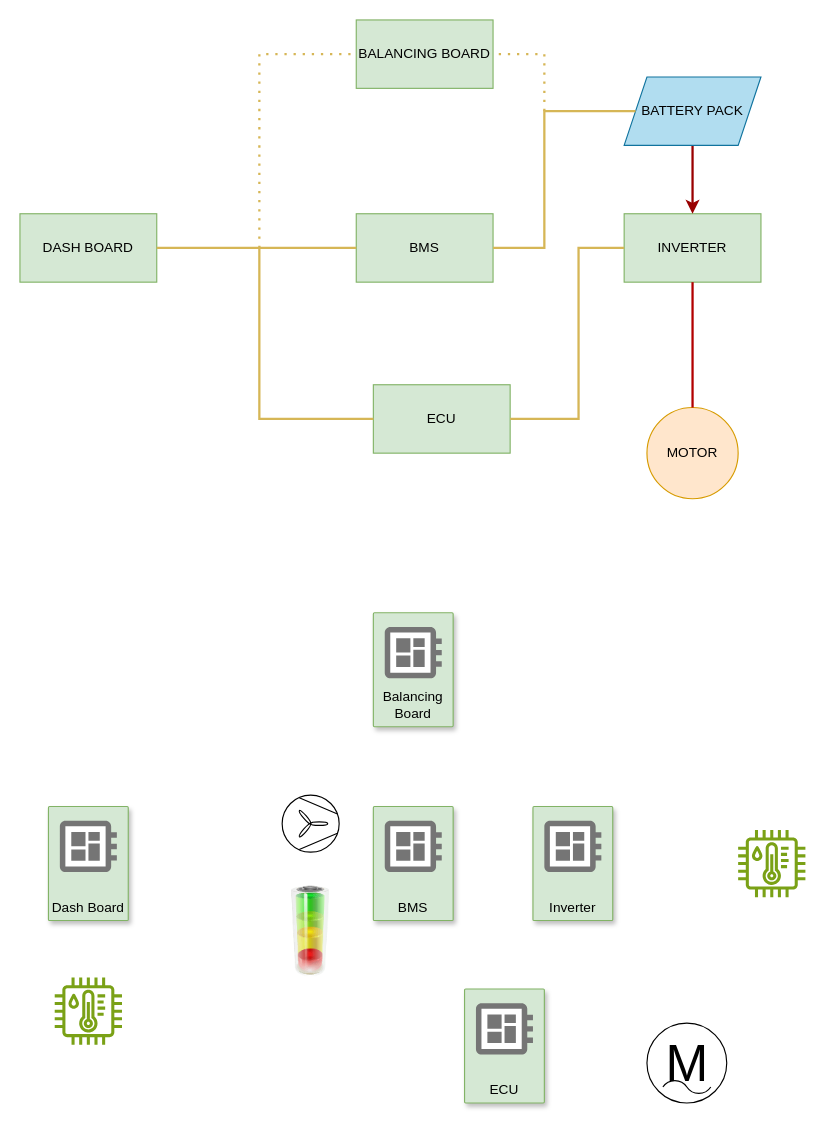
The draw.io diagram schema_elettrico_moto.drawio in chiarafranco12/PMF_UMLs, before the edit. Source tidied: cells renumbered, new cells numbered last; positions are measured from the earlier drawing's top-left corner, leaving out a move shared by most shapes. Both pictures are drawn from the tidied source at 114%, with x=0, y=0 at pixel (19, 19).
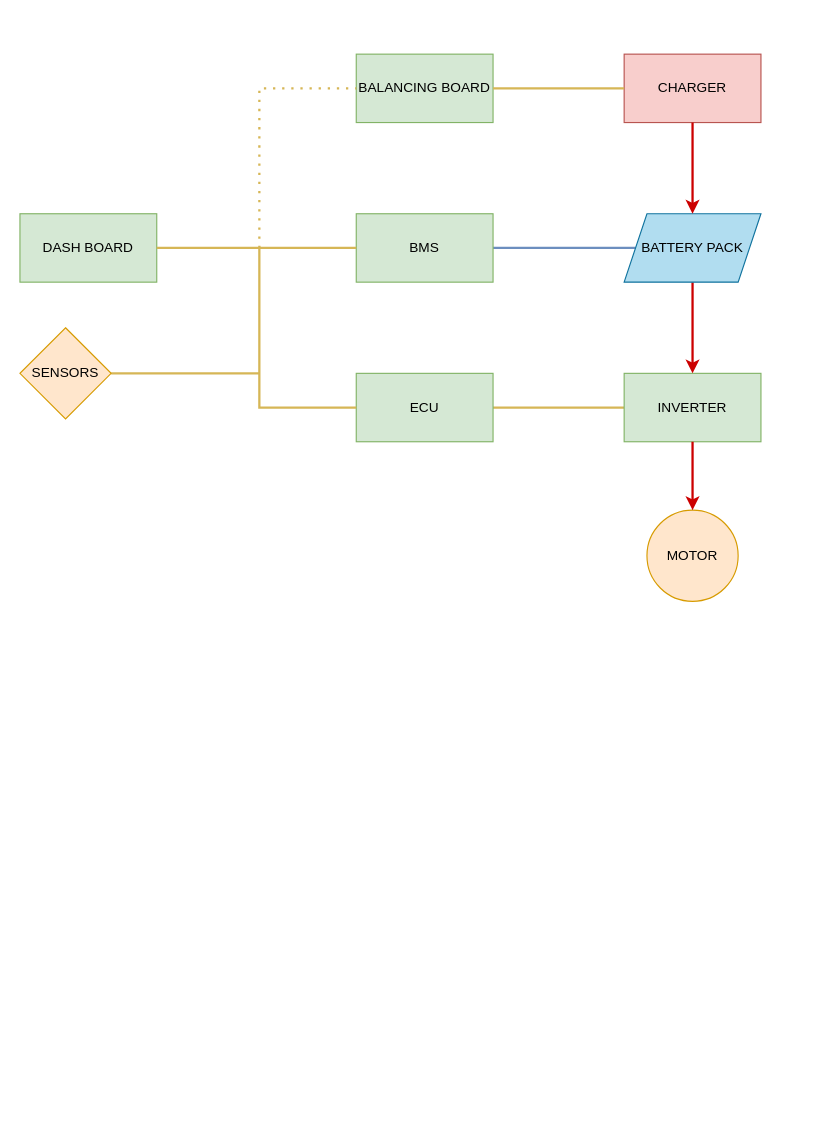
The same diagram, later.

Unchanged cells that the change refers to:
```xml
<mxCell id="4" value="DASH BOARD" style="whiteSpace=wrap;html=1;fillColor=#d5e8d4;strokeColor=#82b366;" parent="1" vertex="1">
  <mxGeometry y="170" width="120" height="60" as="geometry" />
</mxCell>
<mxCell id="5" value="BMS" style="whiteSpace=wrap;html=1;fillColor=#d5e8d4;strokeColor=#82b366;" parent="1" vertex="1">
  <mxGeometry x="295" y="170" width="120" height="60" as="geometry" />
</mxCell>
```

What changed in the source:
```diff
@@
+    <mxCell id="24" style="edgeStyle=orthogonalEdgeStyle;rounded=0;jettySize=auto;html=1;fillColor=#fff2cc;strokeColor=#d6b656;strokeWidth=2;endArrow=none;endFill=0;" parent="1" edge="1" source="2" target="18">
+      <mxGeometry relative="1" as="geometry" />
+    </mxCell>
     <mxCell id="2" value="ECU" style="rounded=0;whiteSpace=wrap;html=1;fillColor=#d5e8d4;strokeColor=#82b366;" parent="1" vertex="1">
-      <mxGeometry x="310" y="320" width="120" height="60" as="geometry" />
+      <mxGeometry x="295" y="310" width="120" height="60" as="geometry" />
     </mxCell>
     <mxCell id="3" value="BALANCING BOARD" style="whiteSpace=wrap;html=1;fillColor=#d5e8d4;strokeColor=#82b366;" parent="1" vertex="1">
-      <mxGeometry x="295" width="120" height="60" as="geometry" />
+      <mxGeometry x="295" y="30" width="120" height="60" as="geometry" />
     </mxCell>
@@
+    <mxCell id="30" style="edgeStyle=orthogonalEdgeStyle;rounded=0;jettySize=auto;html=1;fillColor=#dae8fc;strokeColor=#6c8ebf;strokeWidth=2;endArrow=none;endFill=0;" parent="1" edge="1" source="5" target="29">
+      <mxGeometry relative="1" as="geometry" />
+    </mxCell>
@@
-    <mxCell id="6" style="image;html=1;image=img/lib/clip_art/general/Battery_allstates_128x128.png;" parent="1" vertex="1">
-      <mxGeometry x="215" y="760" width="80" height="80" as="geometry" />
-    </mxCell>
-    <mxCell id="7" value="Dash Board" style="strokeColor=#82b366;shadow=1;strokeWidth=1;rounded=1;absoluteArcSize=1;arcSize=2;labelPosition=center;verticalLabelPosition=middle;align=center;verticalAlign=bottom;spacingLeft=0;fontSize=12;whiteSpace=wrap;spacingBottom=2;html=1;fillColor=#d5e8d4;" parent="1" vertex="1">
-      <mxGeometry x="25" y="690" width="70" height="100" as="geometry" />
-    </mxCell>
-    <mxCell id="8" style="sketch=0;dashed=0;html=1;fillColor=#757575;strokeColor=none;shape=mxgraph.gcp2.circuit_board;" parent="7" vertex="1">
-      <mxGeometry x="0.5" width="50" height="45" relative="1" as="geometry">
-        <mxPoint x="-25" y="12.5" as="offset" />
-      </mxGeometry>
-    </mxCell>
-    <mxCell id="9" value="Balancing Board" style="strokeColor=#82b366;shadow=1;strokeWidth=1;rounded=1;absoluteArcSize=1;arcSize=2;labelPosition=center;verticalLabelPosition=middle;align=center;verticalAlign=bottom;spacingLeft=0;fontSize=12;whiteSpace=wrap;spacingBottom=2;html=1;fillColor=#d5e8d4;" parent="1" vertex="1">
-      <mxGeometry x="310" y="520" width="70" height="100" as="geometry" />
-    </mxCell>
-    <mxCell id="10" style="sketch=0;dashed=0;html=1;fillColor=#757575;strokeColor=none;shape=mxgraph.gcp2.circuit_board;" parent="9" vertex="1">
-      <mxGeometry x="0.5" width="50" height="45" relative="1" as="geometry">
-        <mxPoint x="-25" y="12.5" as="offset" />
-      </mxGeometry>
-    </mxCell>
-    <mxCell id="11" value="ECU" style="strokeColor=#82b366;shadow=1;strokeWidth=1;rounded=1;absoluteArcSize=1;arcSize=2;labelPosition=center;verticalLabelPosition=middle;align=center;verticalAlign=bottom;spacingLeft=0;fontSize=12;whiteSpace=wrap;spacingBottom=2;html=1;fillColor=#d5e8d4;" parent="1" vertex="1">
-      <mxGeometry x="390" y="850" width="70" height="100" as="geometry" />
-    </mxCell>
-    <mxCell id="12" style="sketch=0;dashed=0;html=1;fillColor=#757575;strokeColor=none;shape=mxgraph.gcp2.circuit_board;" parent="11" vertex="1">
-      <mxGeometry x="0.5" width="50" height="45" relative="1" as="geometry">
-        <mxPoint x="-25" y="12.5" as="offset" />
-      </mxGeometry>
-    </mxCell>
-    <mxCell id="13" value="BMS" style="strokeColor=#82b366;shadow=1;strokeWidth=1;rounded=1;absoluteArcSize=1;arcSize=2;labelPosition=center;verticalLabelPosition=middle;align=center;verticalAlign=bottom;spacingLeft=0;fontSize=12;whiteSpace=wrap;spacingBottom=2;html=1;fillColor=#d5e8d4;" parent="1" vertex="1">
-      <mxGeometry x="310" y="690" width="70" height="100" as="geometry" />
-    </mxCell>
-    <mxCell id="14" style="sketch=0;dashed=0;html=1;fillColor=#757575;strokeColor=none;shape=mxgraph.gcp2.circuit_board;" parent="13" vertex="1">
-      <mxGeometry x="0.5" width="50" height="45" relative="1" as="geometry">
-        <mxPoint x="-25" y="12.5" as="offset" />
-      </mxGeometry>
-    </mxCell>
-    <mxCell id="15" style="verticalLabelPosition=bottom;align=center;dashed=0;html=1;verticalAlign=top;shape=mxgraph.pid2misc.fan;fanType=common;" parent="1" vertex="1">
-      <mxGeometry x="230" y="680" width="50" height="50" as="geometry" />
-    </mxCell>
-    <mxCell id="16" value="Inverter" style="strokeColor=#82b366;shadow=1;strokeWidth=1;rounded=1;absoluteArcSize=1;arcSize=2;labelPosition=center;verticalLabelPosition=middle;align=center;verticalAlign=bottom;spacingLeft=0;fontSize=12;whiteSpace=wrap;spacingBottom=2;html=1;fillColor=#d5e8d4;" parent="1" vertex="1">
-      <mxGeometry x="450" y="690" width="70" height="100" as="geometry" />
-    </mxCell>
-    <mxCell id="17" style="sketch=0;dashed=0;html=1;fillColor=#757575;strokeColor=none;shape=mxgraph.gcp2.circuit_board;" parent="16" vertex="1">
-      <mxGeometry x="0.5" width="50" height="45" relative="1" as="geometry">
-        <mxPoint x="-25" y="12.5" as="offset" />
-      </mxGeometry>
-    </mxCell>
     <mxCell id="18" value="INVERTER" style="whiteSpace=wrap;html=1;fillColor=#d5e8d4;strokeColor=#82b366;" parent="1" vertex="1">
-      <mxGeometry x="530" y="170" width="120" height="60" as="geometry" />
+      <mxGeometry x="530" y="310" width="120" height="60" as="geometry" />
     </mxCell>
-    <mxCell id="19" value="M" style="dashed=0;align=center;html=1;shape=mxgraph.pid.engines.electric_motor_(ac);fontSize=45;" parent="1" vertex="1">
-      <mxGeometry x="550" y="880" width="70" height="70" as="geometry" />
-    </mxCell>
-    <mxCell id="20" style="sketch=0;fontColor=#232F3E;gradientColor=none;fillColor=#7AA116;strokeColor=none;dashed=0;verticalLabelPosition=bottom;verticalAlign=top;align=center;html=1;fontSize=12;fontStyle=0;shape=mxgraph.aws4.iot_thing_temperature_humidity_sensor;" parent="1" vertex="1">
-      <mxGeometry x="30.5" y="840" width="59" height="59" as="geometry" />
-    </mxCell>
-    <mxCell id="21" style="sketch=0;fontColor=#232F3E;gradientColor=none;fillColor=#7AA116;strokeColor=none;dashed=0;verticalLabelPosition=bottom;verticalAlign=top;align=center;html=1;fontSize=12;fontStyle=0;shape=mxgraph.aws4.iot_thing_temperature_humidity_sensor;" parent="1" vertex="1">
-      <mxGeometry x="630" y="710.5" width="59" height="59" as="geometry" />
-    </mxCell>
-    <mxCell id="22" style="endArrow=none;html=1;rounded=0;entryX=0;entryY=0.5;entryDx=0;entryDy=0;fillColor=#fff2cc;strokeColor=#d6b656;strokeWidth=2;" parent="1" edge="1" target="5">
+    <mxCell id="22" style="endArrow=none;html=1;rounded=0;fillColor=#fff2cc;strokeColor=#d6b656;strokeWidth=2;entryX=0;entryY=0.5;entryDx=0;entryDy=0;" parent="1" edge="1" target="5">
       <mxGeometry relative="1" as="geometry">
         <mxPoint x="210" y="200" as="sourcePoint" />
       </mxGeometry>
     </mxCell>
     <mxCell id="23" style="endArrow=none;html=1;rounded=0;entryX=0;entryY=0.5;entryDx=0;entryDy=0;exitX=1;exitY=0.5;exitDx=0;exitDy=0;fillColor=#fff2cc;strokeColor=#d6b656;strokeWidth=2;" parent="1" edge="1" source="4" target="2">
       <mxGeometry relative="1" as="geometry">
         <Array as="points">
           <mxPoint x="210" y="200" />
-          <mxPoint x="210" y="330" />
-          <mxPoint x="210" y="350" />
+          <mxPoint x="210" y="340" />
         </Array>
       </mxGeometry>
     </mxCell>
-    <mxCell id="24" style="endArrow=none;html=1;rounded=0;exitX=1;exitY=0.5;exitDx=0;exitDy=0;entryX=0;entryY=0.5;entryDx=0;entryDy=0;fillColor=#fff2cc;strokeColor=#d6b656;curved=0;strokeWidth=2;" parent="1" edge="1" source="2" target="18">
-      <mxGeometry relative="1" as="geometry">
-        <Array as="points">
-          <mxPoint x="490" y="350" />
-          <mxPoint x="490" y="200" />
-        </Array>
-      </mxGeometry>
-    </mxCell>
     <mxCell id="25" style="endArrow=none;dashed=1;html=1;dashPattern=1 3;strokeWidth=2;rounded=0;entryX=0;entryY=0.5;entryDx=0;entryDy=0;fillColor=#fff2cc;strokeColor=#d6b656;" parent="1" edge="1" target="3">
       <mxGeometry relative="1" as="geometry">
         <mxPoint x="210" y="200" as="sourcePoint" />
         <Array as="points">
-          <mxPoint x="210" y="130" />
-          <mxPoint x="210" y="30" />
+          <mxPoint x="210" y="60" />
         </Array>
       </mxGeometry>
     </mxCell>
     <mxCell id="26" value="MOTOR" style="ellipse;whiteSpace=wrap;html=1;fillColor=#ffe6cc;strokeColor=#d79b00;" parent="1" vertex="1">
-      <mxGeometry x="550" y="340" width="80" height="80" as="geometry" />
+      <mxGeometry x="550" y="430" width="80" height="80" as="geometry" />
     </mxCell>
-    <mxCell id="27" style="endArrow=none;html=1;rounded=0;entryX=0.5;entryY=1;entryDx=0;entryDy=0;exitX=0.5;exitY=0;exitDx=0;exitDy=0;fillColor=#e51400;strokeColor=#B20000;strokeWidth=2;" parent="1" edge="1" source="26" target="18">
-      <mxGeometry relative="1" as="geometry" />
-    </mxCell>
-    <mxCell id="28" style="edgeStyle=orthogonalEdgeStyle;rounded=0;jettySize=auto;html=1;exitX=0.5;exitY=1;exitDx=0;exitDy=0;entryX=0.5;entryY=0;entryDx=0;entryDy=0;strokeWidth=2;strokeColor=#990000;" parent="1" edge="1" source="29" target="18">
+    <mxCell id="28" style="edgeStyle=orthogonalEdgeStyle;rounded=0;jettySize=auto;html=1;exitX=0.5;exitY=1;exitDx=0;exitDy=0;entryX=0.5;entryY=0;entryDx=0;entryDy=0;strokeWidth=2;strokeColor=#CC0000;fillColor=#a20025;" parent="1" edge="1" source="29" target="18">
       <mxGeometry relative="1" as="geometry" />
     </mxCell>
     <mxCell id="29" value="BATTERY PACK" style="shape=parallelogram;perimeter=parallelogramPerimeter;whiteSpace=wrap;html=1;fixedSize=1;fillColor=#b1ddf0;strokeColor=#10739e;" parent="1" vertex="1">
-      <mxGeometry x="530" y="50" width="120" height="60" as="geometry" />
+      <mxGeometry x="530" y="170" width="120" height="60" as="geometry" />
     </mxCell>
-    <mxCell id="30" style="endArrow=none;html=1;rounded=0;exitX=1;exitY=0.5;exitDx=0;exitDy=0;entryX=0;entryY=0.5;entryDx=0;entryDy=0;strokeWidth=2;fillColor=#fff2cc;strokeColor=#d6b656;" parent="1" edge="1" source="5" target="29">
-      <mxGeometry relative="1" as="geometry">
-        <Array as="points">
-          <mxPoint x="460" y="200" />
-          <mxPoint x="460" y="80" />
-        </Array>
-      </mxGeometry>
-    </mxCell>
-    <mxCell id="31" style="endArrow=none;dashed=1;html=1;dashPattern=1 3;strokeWidth=2;rounded=0;entryX=1;entryY=0.5;entryDx=0;entryDy=0;fillColor=#fff2cc;strokeColor=#d6b656;" parent="1" edge="1" target="3">
-      <mxGeometry relative="1" as="geometry">
-        <mxPoint x="460" y="80" as="sourcePoint" />
-        <Array as="points">
-          <mxPoint x="460" y="30" />
-        </Array>
-      </mxGeometry>
-    </mxCell>
+    <mxCell id="32" value="CHARGER" style="rounded=0;whiteSpace=wrap;html=1;fillColor=#f8cecc;strokeColor=#b85450;" parent="1" vertex="1">
+      <mxGeometry x="530" y="30" width="120" height="60" as="geometry" />
+    </mxCell>
+    <mxCell id="33" style="endArrow=none;html=1;rounded=0;exitX=1;exitY=0.5;exitDx=0;exitDy=0;entryX=0;entryY=0.5;entryDx=0;entryDy=0;fillColor=#fff2cc;strokeColor=#d6b656;strokeWidth=2;" parent="1" edge="1" source="3" target="32">
+      <mxGeometry relative="1" as="geometry" />
+    </mxCell>
+    <mxCell id="34" style="endArrow=classic;html=1;rounded=0;exitX=0.5;exitY=1;exitDx=0;exitDy=0;entryX=0.5;entryY=0;entryDx=0;entryDy=0;fillColor=#f8cecc;strokeColor=#CC0000;strokeWidth=2;" parent="1" edge="1" source="32" target="29">
+      <mxGeometry relative="1" as="geometry" />
+    </mxCell>
+    <mxCell id="35" style="endArrow=classic;html=1;rounded=0;entryX=0.5;entryY=0;entryDx=0;entryDy=0;exitX=0.5;exitY=1;exitDx=0;exitDy=0;fillColor=#a20025;strokeColor=#CC0000;strokeWidth=2;" parent="1" edge="1" source="18" target="26">
+      <mxGeometry relative="1" as="geometry" />
+    </mxCell>
+    <mxCell id="36" style="edgeStyle=orthogonalEdgeStyle;rounded=0;jettySize=auto;html=1;exitX=1;exitY=0.5;exitDx=0;exitDy=0;endArrow=none;endFill=0;strokeWidth=2;fillColor=#fff2cc;strokeColor=#d6b656;" parent="1" edge="1" source="37">
+      <mxGeometry relative="1" as="geometry">
+        <mxPoint x="210" y="310" as="targetPoint" />
+      </mxGeometry>
+    </mxCell>
+    <mxCell id="37" value="SENSORS" style="rhombus;whiteSpace=wrap;html=1;fillColor=#ffe6cc;strokeColor=#d79b00;" parent="1" vertex="1">
+      <mxGeometry y="270" width="80" height="80" as="geometry" />
+    </mxCell>
```
